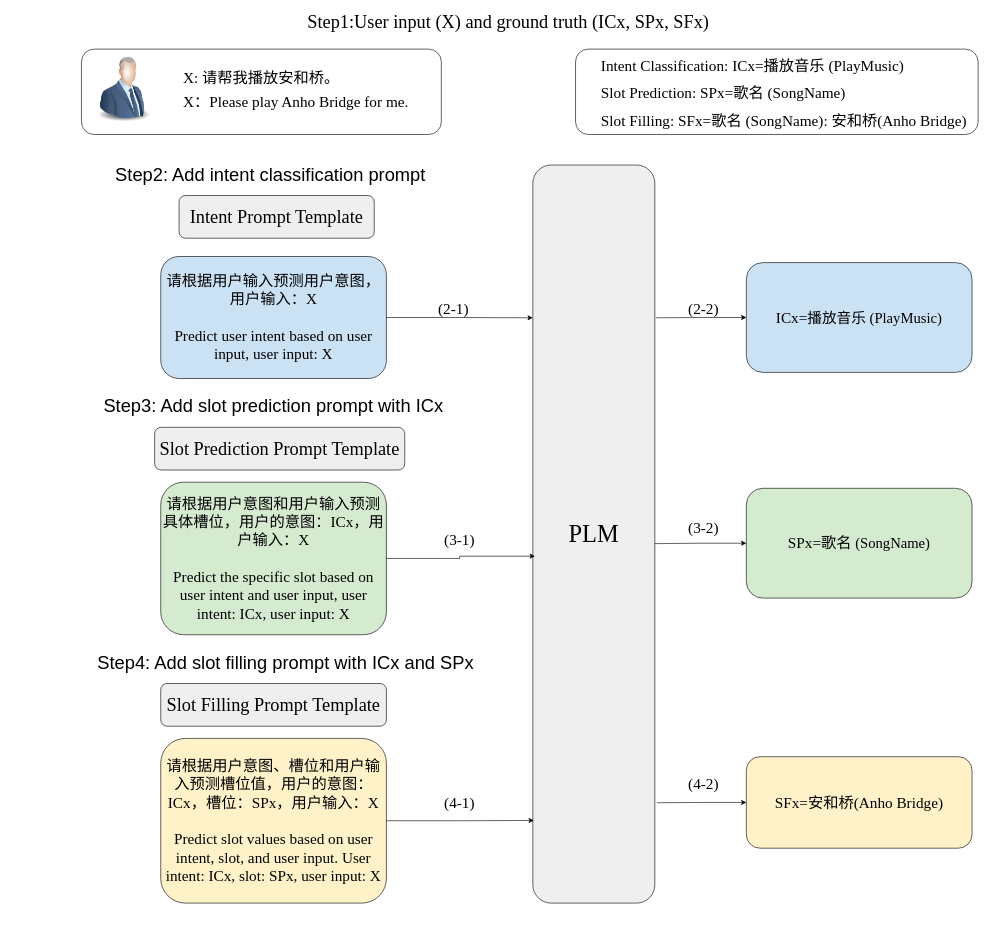
Above: chinese_NLU/CpromptNLU.drawio in lengyueit/paper_pic (draw.io), before the change. Source tidied: cells renumbered, new cells numbered last; positions are measured from the earlier drawing's top-left corner, leaving out a move shared by most shapes. Both pictures are drawn from the tidied source at 61%, with x=0, y=0 at pixel (63, 12).
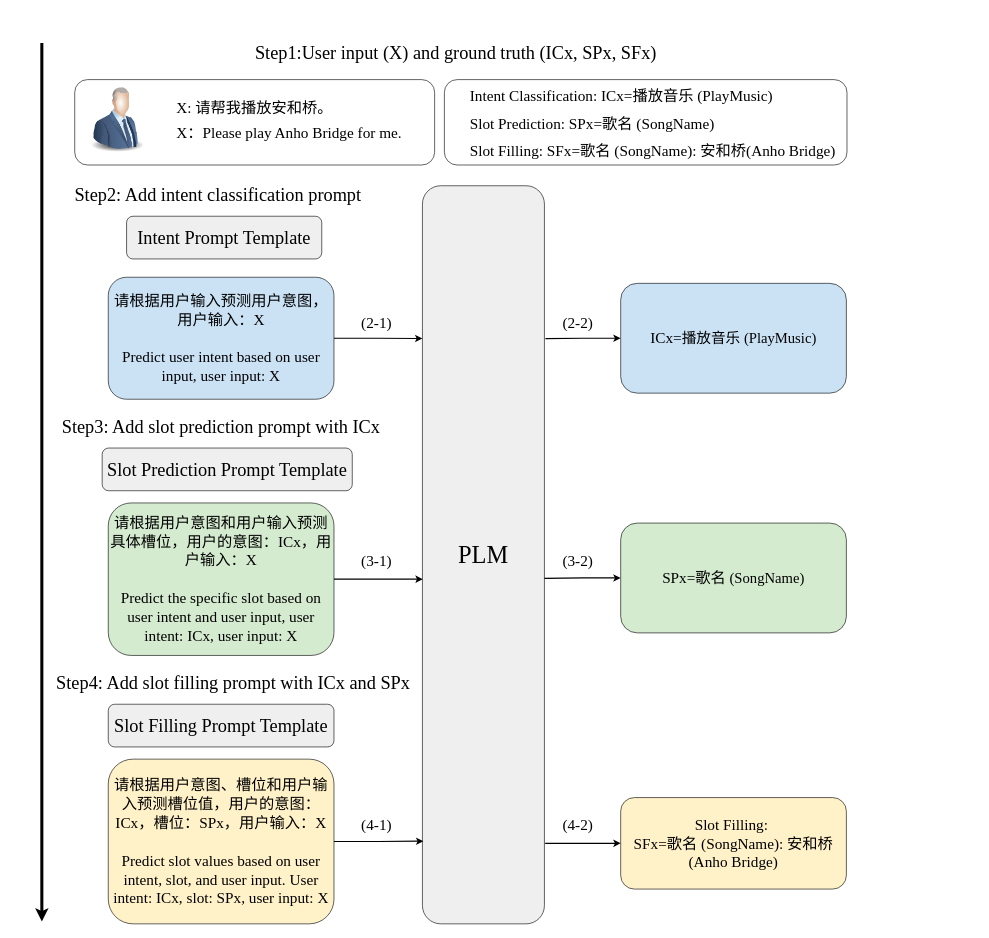
The same diagram, later.

What changed in the source:
```diff
@@
-    <mxCell id="2" value="&lt;span style=&quot;font-family: &amp;quot;Times New Roman&amp;quot;; font-size: 25px; text-align: left;&quot;&gt;请根据用户输入预测用户意图，用户输入：X&lt;/span&gt;&lt;div&gt;&lt;span style=&quot;text-align: left;&quot;&gt;&lt;font face=&quot;Times New Roman&quot;&gt;&lt;span style=&quot;font-size: 25px;&quot;&gt;&lt;br&gt;&lt;/span&gt;&lt;/font&gt;&lt;/span&gt;&lt;/div&gt;&lt;div&gt;&lt;span style=&quot;text-align: left;&quot;&gt;&lt;font face=&quot;Times New Roman&quot;&gt;&lt;span style=&quot;font-size: 25px;&quot;&gt;Predict user intent based on user input, user input: X&lt;/span&gt;&lt;/font&gt;&lt;/span&gt;&lt;/div&gt;" style="rounded=1;whiteSpace=wrap;html=1;fillColor=light-dark(#cbe2f5, #ededed);" parent="1" vertex="1">
-      <mxGeometry x="160" y="400" width="370" height="200" as="geometry" />
+    <mxCell id="2" value="&lt;span style=&quot;font-size: 25px; text-align: left;&quot;&gt;&lt;font face=&quot;Times New Roman&quot;&gt;请根据用户输入预测用户意图，用户输入：X&lt;/font&gt;&lt;/span&gt;&lt;div&gt;&lt;span style=&quot;text-align: left;&quot;&gt;&lt;span style=&quot;font-size: 25px;&quot;&gt;&lt;font face=&quot;Times New Roman&quot;&gt;&lt;br&gt;&lt;/font&gt;&lt;/span&gt;&lt;/span&gt;&lt;/div&gt;&lt;div&gt;&lt;span style=&quot;text-align: left;&quot;&gt;&lt;span style=&quot;font-size: 25px;&quot;&gt;&lt;font face=&quot;Times New Roman&quot;&gt;Predict user intent based on user input, user input: X&lt;/font&gt;&lt;/span&gt;&lt;/span&gt;&lt;/div&gt;" style="rounded=1;whiteSpace=wrap;html=1;fillColor=light-dark(#cbe2f5, #ededed);" parent="1" vertex="1">
+      <mxGeometry x="74" y="434" width="370" height="200" as="geometry" />
     </mxCell>
-    <mxCell id="3" value="&lt;font style=&quot;font-size: 30px;&quot;&gt;Step2: Add intent classification prompt&lt;/font&gt;" style="text;html=1;align=center;verticalAlign=middle;whiteSpace=wrap;rounded=0;" parent="1" vertex="1">
-      <mxGeometry x="40" y="250" width="600" height="30" as="geometry" />
+    <mxCell id="3" value="&lt;font face=&quot;Times New Roman&quot; style=&quot;font-size: 30px;&quot;&gt;Step2: Add intent classification prompt&lt;/font&gt;" style="text;html=1;align=center;verticalAlign=middle;whiteSpace=wrap;rounded=0;" parent="1" vertex="1">
+      <mxGeometry x="-46" y="284" width="600" height="30" as="geometry" />
     </mxCell>
     <mxCell id="4" value="&lt;font style=&quot;font-size: 30px;&quot; face=&quot;Times New Roman&quot;&gt;Intent Prompt Template&lt;/font&gt;" style="rounded=1;whiteSpace=wrap;html=1;fillColor=light-dark(#efefef, #ededed);" parent="1" vertex="1">
-      <mxGeometry x="190" y="300" width="320" height="70" as="geometry" />
+      <mxGeometry x="104" y="334" width="320" height="70" as="geometry" />
     </mxCell>
-    <mxCell id="5" value="&lt;font style=&quot;font-size: 30px;&quot; face=&quot;Times New Roman&quot;&gt;Slot Prediction Prompt Template&lt;/font&gt;" style="rounded=1;whiteSpace=wrap;html=1;fillColor=light-dark(#efefef, #ededed);" parent="1" vertex="1">
-      <mxGeometry x="150" y="680" width="410" height="70" as="geometry" />
+    <mxCell id="5" value="&lt;font face=&quot;Times New Roman&quot; style=&quot;font-size: 30px;&quot;&gt;Slot Prediction Prompt Template&lt;/font&gt;" style="rounded=1;whiteSpace=wrap;html=1;fillColor=light-dark(#efefef, #ededed);" parent="1" vertex="1">
+      <mxGeometry x="64" y="714" width="410" height="70" as="geometry" />
     </mxCell>
     <mxCell id="6" value="&lt;font style=&quot;font-size: 30px;&quot; face=&quot;Times New Roman&quot;&gt;Slot Filling Prompt Template&lt;/font&gt;" style="rounded=1;whiteSpace=wrap;html=1;fillColor=light-dark(#efefef, #ededed);" parent="1" vertex="1">
-      <mxGeometry x="160" y="1100" width="370" height="70" as="geometry" />
+      <mxGeometry x="74" y="1134" width="370" height="70" as="geometry" />
     </mxCell>
     <mxCell id="7" value="&lt;font style=&quot;font-size: 40px;&quot; face=&quot;Times New Roman&quot;&gt;PLM&lt;/font&gt;" style="rounded=1;whiteSpace=wrap;html=1;fillColor=light-dark(#efefef, #ededed);" parent="1" vertex="1">
-      <mxGeometry x="770" y="250" width="200" height="1210" as="geometry" />
+      <mxGeometry x="589" y="284" width="200" height="1210" as="geometry" />
     </mxCell>
     <mxCell id="8" value="&lt;font face=&quot;Times New Roman&quot;&gt;&lt;span style=&quot;font-size: 25px; text-align: left;&quot;&gt;ICx=&lt;/span&gt;&lt;span style=&quot;font-size: 24px; text-align: left;&quot;&gt;播放音乐 (PlayMusic)&lt;/span&gt;&lt;/font&gt;" style="rounded=1;whiteSpace=wrap;html=1;fillColor=light-dark(#cbe2f5, #ededed);" parent="1" vertex="1">
-      <mxGeometry x="1120" y="410" width="370" height="180" as="geometry" />
+      <mxGeometry x="914" y="444" width="370" height="180" as="geometry" />
     </mxCell>
-    <mxCell id="9" value="&lt;span style=&quot;font-family: &amp;quot;Times New Roman&amp;quot;; font-size: 25px; text-align: left;&quot;&gt;请根据用户意图和用户输入预测具体槽位，用户的意图：ICx，用户输入：X&lt;/span&gt;&lt;div&gt;&lt;span style=&quot;text-align: left;&quot;&gt;&lt;font face=&quot;Times New Roman&quot;&gt;&lt;span style=&quot;font-size: 25px;&quot;&gt;&lt;br&gt;&lt;/span&gt;&lt;/font&gt;&lt;/span&gt;&lt;/div&gt;&lt;div&gt;&lt;span style=&quot;text-align: left;&quot;&gt;&lt;font face=&quot;Times New Roman&quot;&gt;&lt;span style=&quot;font-size: 25px;&quot;&gt;Predict the specific slot based on user intent and user input, user intent: ICx, user input: X&lt;/span&gt;&lt;/font&gt;&lt;/span&gt;&lt;/div&gt;" style="rounded=1;whiteSpace=wrap;html=1;fillColor=light-dark(#d5ebd0, #ededed);" parent="1" vertex="1">
-      <mxGeometry x="160" y="770" width="370" height="250" as="geometry" />
+    <mxCell id="9" value="&lt;span style=&quot;font-size: 25px; text-align: left;&quot;&gt;&lt;font face=&quot;Times New Roman&quot;&gt;请根据用户意图和用户输入预测具体槽位，用户的意图：ICx，用户输入：X&lt;/font&gt;&lt;/span&gt;&lt;div&gt;&lt;span style=&quot;text-align: left;&quot;&gt;&lt;span style=&quot;font-size: 25px;&quot;&gt;&lt;font face=&quot;Times New Roman&quot;&gt;&lt;br&gt;&lt;/font&gt;&lt;/span&gt;&lt;/span&gt;&lt;/div&gt;&lt;div&gt;&lt;span style=&quot;text-align: left;&quot;&gt;&lt;span style=&quot;font-size: 25px;&quot;&gt;&lt;font face=&quot;Times New Roman&quot;&gt;Predict the specific slot based on user intent and user input, user intent: ICx, user input: X&lt;/font&gt;&lt;/span&gt;&lt;/span&gt;&lt;/div&gt;" style="rounded=1;whiteSpace=wrap;html=1;fillColor=light-dark(#d5ebd0, #ededed);" parent="1" vertex="1">
+      <mxGeometry x="74" y="804" width="370" height="250" as="geometry" />
     </mxCell>
-    <mxCell id="10" value="&lt;font style=&quot;font-size: 30px;&quot;&gt;Step3: Add slot prediction prompt with ICx&lt;/font&gt;" style="text;html=1;align=center;verticalAlign=middle;whiteSpace=wrap;rounded=0;" parent="1" vertex="1">
-      <mxGeometry y="630" width="690" height="30" as="geometry" />
+    <mxCell id="10" value="&lt;font face=&quot;Times New Roman&quot; style=&quot;font-size: 30px;&quot;&gt;Step3: Add slot prediction prompt with ICx&lt;/font&gt;" style="text;html=1;align=center;verticalAlign=middle;whiteSpace=wrap;rounded=0;" parent="1" vertex="1">
+      <mxGeometry x="-86" y="664" width="690" height="30" as="geometry" />
     </mxCell>
-    <mxCell id="11" value="&lt;font style=&quot;font-size: 30px;&quot;&gt;Step4: Add slot filling prompt with ICx and SPx&lt;/font&gt;" style="text;html=1;align=center;verticalAlign=middle;whiteSpace=wrap;rounded=0;" parent="1" vertex="1">
-      <mxGeometry x="20" y="1050" width="690" height="30" as="geometry" />
+    <mxCell id="11" value="&lt;font face=&quot;Times New Roman&quot; style=&quot;font-size: 30px;&quot;&gt;Step4: Add slot filling prompt with ICx and SPx&lt;/font&gt;" style="text;html=1;align=center;verticalAlign=middle;whiteSpace=wrap;rounded=0;" parent="1" vertex="1">
+      <mxGeometry x="-66" y="1084" width="690" height="30" as="geometry" />
     </mxCell>
-    <mxCell id="12" value="&lt;span style=&quot;font-family: &amp;quot;Times New Roman&amp;quot;; font-size: 25px; text-align: left;&quot;&gt;请根据用户意图、槽位和用户输入预测槽位值，用户的意图：ICx，槽位：SPx，用户输入：X&lt;/span&gt;&lt;div&gt;&lt;span style=&quot;text-align: left;&quot;&gt;&lt;font face=&quot;Times New Roman&quot;&gt;&lt;span style=&quot;font-size: 25px;&quot;&gt;&lt;br&gt;&lt;/span&gt;&lt;/font&gt;&lt;/span&gt;&lt;/div&gt;&lt;div&gt;&lt;span style=&quot;text-align: left;&quot;&gt;&lt;font face=&quot;Times New Roman&quot;&gt;&lt;span style=&quot;font-size: 25px;&quot;&gt;Predict slot values based on user intent, slot, and user input. User intent: ICx, slot: SPx, user input: X&lt;/span&gt;&lt;/font&gt;&lt;/span&gt;&lt;/div&gt;" style="rounded=1;whiteSpace=wrap;html=1;fillColor=light-dark(#fff1c8, #ededed);" parent="1" vertex="1">
-      <mxGeometry x="160" y="1190" width="370" height="270" as="geometry" />
+    <mxCell id="12" value="&lt;span style=&quot;font-size: 25px; text-align: left;&quot;&gt;&lt;font face=&quot;Times New Roman&quot;&gt;请根据用户意图、槽位和用户输入预测槽位值，用户的意图：ICx，槽位：SPx，用户输入：X&lt;/font&gt;&lt;/span&gt;&lt;div&gt;&lt;span style=&quot;text-align: left;&quot;&gt;&lt;span style=&quot;font-size: 25px;&quot;&gt;&lt;font face=&quot;Times New Roman&quot;&gt;&lt;br&gt;&lt;/font&gt;&lt;/span&gt;&lt;/span&gt;&lt;/div&gt;&lt;div&gt;&lt;span style=&quot;text-align: left;&quot;&gt;&lt;span style=&quot;font-size: 25px;&quot;&gt;&lt;font face=&quot;Times New Roman&quot;&gt;Predict slot values based on user intent, slot, and user input. User intent: ICx, slot: SPx, user input: X&lt;/font&gt;&lt;/span&gt;&lt;/span&gt;&lt;/div&gt;" style="rounded=1;whiteSpace=wrap;html=1;fillColor=light-dark(#fff1c8, #ededed);" parent="1" vertex="1">
+      <mxGeometry x="74" y="1224" width="370" height="270" as="geometry" />
     </mxCell>
     <mxCell id="13" value="&lt;font face=&quot;Times New Roman&quot;&gt;&lt;span style=&quot;font-size: 25px; text-align: left;&quot;&gt;SPx=歌名&lt;/span&gt;&lt;span style=&quot;font-size: 24px; text-align: left;&quot;&gt;&amp;nbsp;(SongName)&lt;/span&gt;&lt;/font&gt;" style="rounded=1;whiteSpace=wrap;html=1;fillColor=light-dark(#d5ebd0, #ededed);" parent="1" vertex="1">
-      <mxGeometry x="1120" y="780" width="370" height="180" as="geometry" />
+      <mxGeometry x="914" y="837" width="370" height="180" as="geometry" />
     </mxCell>
-    <mxCell id="14" value="&lt;span style=&quot;text-align: left;&quot;&gt;&lt;font face=&quot;Times New Roman&quot;&gt;&lt;span style=&quot;font-size: 25px;&quot;&gt;SFx=安和桥(Anho Bridge)&lt;/span&gt;&lt;/font&gt;&lt;/span&gt;" style="rounded=1;whiteSpace=wrap;html=1;fillColor=light-dark(#fff1c8, #ededed);" parent="1" vertex="1">
-      <mxGeometry x="1120" y="1220" width="370" height="150" as="geometry" />
+    <mxCell id="14" value="&lt;font style=&quot;text-align: left; font-size: 25px;&quot; face=&quot;Times New Roman&quot;&gt;&lt;span style=&quot;text-align: center;&quot;&gt;Slot Filling:&amp;nbsp;&lt;/span&gt;&lt;/font&gt;&lt;div&gt;&lt;font face=&quot;Times New Roman&quot;&gt;&lt;font style=&quot;text-align: left; font-size: 25px;&quot;&gt;SFx=&lt;/font&gt;&lt;span style=&quot;text-align: left; font-size: 25px;&quot;&gt;歌名&amp;nbsp;(SongName):&amp;nbsp;&lt;/span&gt;&lt;font style=&quot;text-align: left; font-size: 25px;&quot;&gt;安和桥(Anho Bridge)&lt;/font&gt;&lt;/font&gt;&lt;/div&gt;" style="rounded=1;whiteSpace=wrap;html=1;fillColor=light-dark(#fff1c8, #ededed);" parent="1" vertex="1">
+      <mxGeometry x="914" y="1287" width="370" height="150" as="geometry" />
     </mxCell>
-    <mxCell id="15" style="edgeStyle=orthogonalEdgeStyle;rounded=0;jettySize=auto;html=1;exitX=1;exitY=0.5;exitDx=0;exitDy=0;entryX=0.017;entryY=0.53;entryDx=0;entryDy=0;entryPerimeter=0;" parent="1" edge="1" source="9" target="7">
+    <mxCell id="15" style="edgeStyle=orthogonalEdgeStyle;rounded=0;jettySize=auto;html=1;exitX=1;exitY=0.5;exitDx=0;exitDy=0;verticalAlign=middle;entryX=0.003;entryY=0.533;entryDx=0;entryDy=0;entryPerimeter=0;strokeWidth=2;" parent="1" edge="1" source="9" target="7">
       <mxGeometry relative="1" as="geometry" />
     </mxCell>
-    <mxCell id="16" style="edgeStyle=orthogonalEdgeStyle;rounded=0;jettySize=auto;html=1;exitX=1;exitY=0.5;exitDx=0;exitDy=0;entryX=0;entryY=0.207;entryDx=0;entryDy=0;entryPerimeter=0;" parent="1" edge="1" source="2" target="7">
+    <mxCell id="16" style="edgeStyle=orthogonalEdgeStyle;rounded=0;jettySize=auto;html=1;exitX=1;exitY=0.5;exitDx=0;exitDy=0;entryX=0;entryY=0.207;entryDx=0;entryDy=0;entryPerimeter=0;strokeWidth=2;" parent="1" edge="1" source="2" target="7">
       <mxGeometry relative="1" as="geometry" />
     </mxCell>
-    <mxCell id="17" style="edgeStyle=orthogonalEdgeStyle;rounded=0;jettySize=auto;html=1;exitX=1;exitY=0.5;exitDx=0;exitDy=0;entryX=0.008;entryY=0.888;entryDx=0;entryDy=0;entryPerimeter=0;" parent="1" edge="1" source="12" target="7">
+    <mxCell id="17" style="edgeStyle=orthogonalEdgeStyle;rounded=0;jettySize=auto;html=1;exitX=1;exitY=0.5;exitDx=0;exitDy=0;entryX=0.008;entryY=0.888;entryDx=0;entryDy=0;entryPerimeter=0;strokeWidth=2;" parent="1" edge="1" source="12" target="7">
       <mxGeometry relative="1" as="geometry" />
     </mxCell>
-    <mxCell id="18" style="edgeStyle=orthogonalEdgeStyle;rounded=0;jettySize=auto;html=1;exitX=0;exitY=0.5;exitDx=0;exitDy=0;entryX=1.008;entryY=0.207;entryDx=0;entryDy=0;entryPerimeter=0;endArrow=none;endFill=0;startArrow=classic;startFill=1;" parent="1" edge="1" source="8" target="7">
+    <mxCell id="18" style="edgeStyle=orthogonalEdgeStyle;rounded=0;jettySize=auto;html=1;exitX=0;exitY=0.5;exitDx=0;exitDy=0;entryX=1.008;entryY=0.207;entryDx=0;entryDy=0;endArrow=none;endFill=0;startArrow=classic;startFill=1;entryPerimeter=0;strokeWidth=2;" parent="1" edge="1" source="8" target="7">
       <mxGeometry relative="1" as="geometry" />
     </mxCell>
-    <mxCell id="19" style="edgeStyle=orthogonalEdgeStyle;rounded=0;jettySize=auto;html=1;exitX=0;exitY=0.5;exitDx=0;exitDy=0;entryX=1;entryY=0.513;entryDx=0;entryDy=0;entryPerimeter=0;startArrow=classic;startFill=1;endArrow=none;endFill=0;" parent="1" edge="1" source="13" target="7">
-      <mxGeometry relative="1" as="geometry" />
+    <mxCell id="19" style="edgeStyle=orthogonalEdgeStyle;rounded=0;jettySize=auto;html=1;entryX=1;entryY=0.513;entryDx=0;entryDy=0;entryPerimeter=0;startArrow=classic;startFill=1;endArrow=none;endFill=0;verticalAlign=middle;exitX=0;exitY=0.5;exitDx=0;exitDy=0;strokeWidth=2;" parent="1" edge="1" source="13">
+      <mxGeometry relative="1" as="geometry">
+        <mxPoint x="789" y="927.7" as="targetPoint" />
+        <Array as="points">
+          <mxPoint x="852" y="927" />
+        </Array>
+      </mxGeometry>
     </mxCell>
-    <mxCell id="20" style="edgeStyle=orthogonalEdgeStyle;rounded=0;jettySize=auto;html=1;exitX=0;exitY=0.5;exitDx=0;exitDy=0;entryX=1.017;entryY=0.864;entryDx=0;entryDy=0;entryPerimeter=0;startArrow=classic;startFill=1;endArrow=none;endFill=0;" parent="1" edge="1" source="14" target="7">
+    <mxCell id="20" style="edgeStyle=orthogonalEdgeStyle;rounded=0;jettySize=auto;html=1;entryX=1.006;entryY=0.891;entryDx=0;entryDy=0;entryPerimeter=0;startArrow=classic;startFill=1;endArrow=none;endFill=0;exitX=0;exitY=0.5;exitDx=0;exitDy=0;strokeWidth=2;" parent="1" edge="1" source="14" target="7">
       <mxGeometry relative="1" as="geometry" />
     </mxCell>
     <mxCell id="21" value="&lt;font style=&quot;font-size: 25px;&quot; face=&quot;Times New Roman&quot;&gt;(2-1)&lt;/font&gt;" style="text;html=1;align=center;verticalAlign=middle;whiteSpace=wrap;rounded=0;" parent="1" vertex="1">
-      <mxGeometry x="610" y="470" width="60" height="30" as="geometry" />
+      <mxGeometry x="484" y="494" width="60" height="30" as="geometry" />
     </mxCell>
     <mxCell id="22" value="&lt;font style=&quot;font-size: 25px;&quot; face=&quot;Times New Roman&quot;&gt;(2-2)&lt;/font&gt;" style="text;html=1;align=center;verticalAlign=middle;whiteSpace=wrap;rounded=0;" parent="1" vertex="1">
-      <mxGeometry x="1020" y="470" width="60" height="30" as="geometry" />
+      <mxGeometry x="814" y="494" width="60" height="30" as="geometry" />
     </mxCell>
     <mxCell id="23" value="&lt;font style=&quot;font-size: 25px;&quot; face=&quot;Times New Roman&quot;&gt;(3-1)&lt;/font&gt;" style="text;html=1;align=center;verticalAlign=middle;whiteSpace=wrap;rounded=0;" parent="1" vertex="1">
-      <mxGeometry x="620" y="850" width="60" height="30" as="geometry" />
+      <mxGeometry x="484" y="884" width="60" height="30" as="geometry" />
     </mxCell>
     <mxCell id="24" value="&lt;font style=&quot;font-size: 25px;&quot; face=&quot;Times New Roman&quot;&gt;(3-2)&lt;/font&gt;" style="text;html=1;align=center;verticalAlign=middle;whiteSpace=wrap;rounded=0;" parent="1" vertex="1">
-      <mxGeometry x="1020" y="830" width="60" height="30" as="geometry" />
+      <mxGeometry x="814" y="884" width="60" height="30" as="geometry" />
     </mxCell>
     <mxCell id="25" value="&lt;font style=&quot;font-size: 25px;&quot; face=&quot;Times New Roman&quot;&gt;(4-1)&lt;/font&gt;" style="text;html=1;align=center;verticalAlign=middle;whiteSpace=wrap;rounded=0;" parent="1" vertex="1">
-      <mxGeometry x="620" y="1280" width="60" height="30" as="geometry" />
+      <mxGeometry x="484" y="1317" width="60" height="30" as="geometry" />
     </mxCell>
     <mxCell id="26" value="&lt;font style=&quot;font-size: 25px;&quot; face=&quot;Times New Roman&quot;&gt;(4-2)&lt;/font&gt;" style="text;html=1;align=center;verticalAlign=middle;whiteSpace=wrap;rounded=0;" parent="1" vertex="1">
-      <mxGeometry x="1020" y="1250" width="60" height="30" as="geometry" />
+      <mxGeometry x="814" y="1317" width="60" height="30" as="geometry" />
     </mxCell>
     <mxCell id="27" value="&lt;font face=&quot;Times New Roman&quot; style=&quot;font-size: 30px;&quot;&gt;Step1:User input (X) and ground truth (ICx, SPx, SFx)&lt;/font&gt;" style="text;html=1;align=center;verticalAlign=middle;whiteSpace=wrap;rounded=0;" parent="1" vertex="1">
-      <mxGeometry x="290" width="880" height="30" as="geometry" />
+      <mxGeometry x="204" y="50" width="880" height="30" as="geometry" />
     </mxCell>
     <mxCell id="28" style="group;" parent="1" vertex="1">
-      <mxGeometry x="30" y="60" width="590" height="140" as="geometry" />
+      <mxGeometry x="19" y="110" width="590" height="140" as="geometry" />
     </mxCell>
@@
+    <mxCell id="37" style="group;" parent="1" vertex="1">
+      <mxGeometry x="625" y="110" width="660" height="140" as="geometry" />
+    </mxCell>
-    <mxCell id="33" style="rounded=1;whiteSpace=wrap;html=1;" parent="1" vertex="1">
-      <mxGeometry x="840" y="60" width="660" height="140" as="geometry" />
+    <mxCell id="33" style="rounded=1;whiteSpace=wrap;html=1;" parent="37" vertex="1">
+      <mxGeometry width="660" height="140" as="geometry" />
     </mxCell>
-    <mxCell id="34" value="&lt;font style=&quot;font-size: 25px;&quot; face=&quot;Times New Roman&quot;&gt;&lt;span style=&quot;text-align: center;&quot;&gt;Intent Classification:&amp;nbsp;&lt;/span&gt;ICx=播放音乐 (PlayMusic)&lt;/font&gt;" style="text;html=1;align=left;verticalAlign=middle;whiteSpace=wrap;rounded=0;fontSize=30;" parent="1" vertex="1">
-      <mxGeometry x="880" y="70" width="580" height="30" as="geometry" />
+    <mxCell id="34" value="&lt;font style=&quot;font-size: 25px;&quot; face=&quot;Times New Roman&quot;&gt;&lt;span style=&quot;text-align: center;&quot;&gt;Intent Classification:&amp;nbsp;&lt;/span&gt;ICx=播放音乐 (PlayMusic)&lt;/font&gt;" style="text;html=1;align=left;verticalAlign=middle;whiteSpace=wrap;rounded=0;fontSize=30;" parent="37" vertex="1">
+      <mxGeometry x="40" y="10" width="580" height="30" as="geometry" />
     </mxCell>
-    <mxCell id="35" value="&lt;font style=&quot;font-size: 25px;&quot; face=&quot;Times New Roman&quot;&gt;&lt;span style=&quot;text-align: center;&quot;&gt;Slot Prediction:&amp;nbsp;&lt;/span&gt;SPx=歌名&amp;nbsp;(SongName)&lt;/font&gt;" style="text;html=1;align=left;verticalAlign=middle;whiteSpace=wrap;rounded=0;fontSize=30;" parent="1" vertex="1">
-      <mxGeometry x="880" y="115" width="550" height="30" as="geometry" />
+    <mxCell id="35" value="&lt;font style=&quot;font-size: 25px;&quot; face=&quot;Times New Roman&quot;&gt;&lt;span style=&quot;text-align: center;&quot;&gt;Slot Prediction:&amp;nbsp;&lt;/span&gt;SPx=歌名&amp;nbsp;(SongName)&lt;/font&gt;" style="text;html=1;align=left;verticalAlign=middle;whiteSpace=wrap;rounded=0;fontSize=30;" parent="37" vertex="1">
+      <mxGeometry x="40" y="55" width="550" height="30" as="geometry" />
     </mxCell>
-    <mxCell id="36" value="&lt;font style=&quot;font-size: 25px;&quot; face=&quot;Times New Roman&quot;&gt;&lt;span style=&quot;text-align: center;&quot;&gt;Slot Filling:&amp;nbsp;&lt;/span&gt;SFx=&lt;/font&gt;&lt;span style=&quot;font-family: &amp;quot;Times New Roman&amp;quot;; font-size: 25px;&quot;&gt;歌名&amp;nbsp;(SongName):&amp;nbsp;&lt;/span&gt;&lt;font style=&quot;font-size: 25px;&quot; face=&quot;Times New Roman&quot;&gt;安和桥(Anho Bridge)&lt;/font&gt;" style="text;html=1;align=left;verticalAlign=middle;whiteSpace=wrap;rounded=0;fontSize=30;" parent="1" vertex="1">
-      <mxGeometry x="880" y="160" width="620" height="30" as="geometry" />
+    <mxCell id="36" value="&lt;font style=&quot;font-size: 25px;&quot; face=&quot;Times New Roman&quot;&gt;&lt;span style=&quot;text-align: center;&quot;&gt;Slot Filling:&amp;nbsp;&lt;/span&gt;SFx=&lt;/font&gt;&lt;span style=&quot;font-family: &amp;quot;Times New Roman&amp;quot;; font-size: 25px;&quot;&gt;歌名&amp;nbsp;(SongName):&amp;nbsp;&lt;/span&gt;&lt;font style=&quot;font-size: 25px;&quot; face=&quot;Times New Roman&quot;&gt;安和桥(Anho Bridge)&lt;/font&gt;" style="text;html=1;align=left;verticalAlign=middle;whiteSpace=wrap;rounded=0;fontSize=30;" parent="37" vertex="1">
+      <mxGeometry x="40" y="100" width="620" height="30" as="geometry" />
     </mxCell>
+    <mxCell id="38" style="endArrow=classic;html=1;rounded=0;strokeWidth=5;" parent="1" edge="1">
+      <mxGeometry relative="1" as="geometry">
+        <mxPoint x="-34.9" y="50" as="sourcePoint" />
+        <mxPoint x="-34.9" y="1490" as="targetPoint" />
+      </mxGeometry>
+    </mxCell>
```
